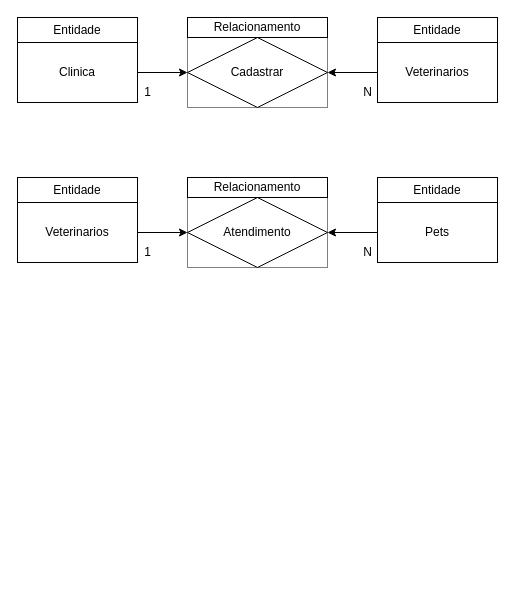
Above: Exercicios/01 - Modelo de Entidade Relacional/1.3-exercicio-pclinics/03.drawio in RafaelGomes01/Desenvolvimento-Banco-de-Dados (draw.io), before the change. Source tidied: cells renumbered, new cells numbered last; positions are measured from the earlier drawing's top-left corner, leaving out a move shared by most shapes. Both pictures are drawn from the tidied source at 100%, with x=0, y=0 at pixel (17, 17).
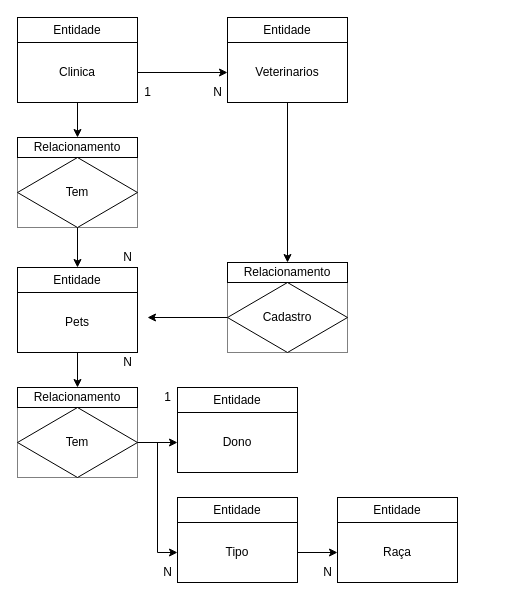
The same diagram, later.

The change refers to these unchanged cells:
```xml
<mxCell id="4" value="Clinica" style="whiteSpace=wrap;html=1;" parent="1" vertex="1">
  <mxGeometry y="25" width="120" height="60" as="geometry" />
</mxCell>
```

Diff of the diagram source:
```diff
@@
-    <mxCell id="2" style="whiteSpace=wrap;html=1;dashed=1;dashPattern=1 1;" parent="1" vertex="1">
-      <mxGeometry x="170" y="20" width="140" height="70" as="geometry" />
-    </mxCell>
-    <mxCell id="3" style="edgeStyle=orthogonalEdgeStyle;rounded=0;jettySize=auto;html=1;" parent="1" edge="1" source="4" target="7">
-      <mxGeometry relative="1" as="geometry" />
-    </mxCell>
+    <mxCell id="24" style="edgeStyle=orthogonalEdgeStyle;rounded=0;jettySize=auto;html=1;" parent="1" edge="1" source="4" target="30">
+      <mxGeometry relative="1" as="geometry" />
+    </mxCell>
+    <mxCell id="25" style="edgeStyle=orthogonalEdgeStyle;rounded=0;jettySize=auto;html=1;" parent="1" edge="1" source="4" target="6">
+      <mxGeometry relative="1" as="geometry" />
+    </mxCell>
@@
-    <mxCell id="5" style="edgeStyle=orthogonalEdgeStyle;rounded=0;jettySize=auto;html=1;" parent="1" edge="1" source="6" target="7">
-      <mxGeometry relative="1" as="geometry" />
-    </mxCell>
+    <mxCell id="26" style="edgeStyle=orthogonalEdgeStyle;rounded=0;jettySize=auto;html=1;entryX=0.5;entryY=0;entryDx=0;entryDy=0;" parent="1" edge="1" source="6" target="36">
+      <mxGeometry relative="1" as="geometry" />
+    </mxCell>
     <mxCell id="6" value="Veterinarios" style="whiteSpace=wrap;html=1;" parent="1" vertex="1">
-      <mxGeometry x="360" y="25" width="120" height="60" as="geometry" />
+      <mxGeometry x="210" y="25" width="120" height="60" as="geometry" />
     </mxCell>
-    <mxCell id="7" value="Cadastrar" style="rhombus;whiteSpace=wrap;html=1;" parent="1" vertex="1">
-      <mxGeometry x="170" y="20" width="140" height="70" as="geometry" />
-    </mxCell>
@@
     <mxCell id="9" value="N" style="text;html=1;align=center;verticalAlign=middle;" parent="1" vertex="1">
-      <mxGeometry x="340" y="65" width="20" height="20" as="geometry" />
+      <mxGeometry x="190" y="65" width="20" height="20" as="geometry" />
     </mxCell>
@@
     <mxCell id="11" value="Entidade" style="whiteSpace=wrap;html=1;" parent="1" vertex="1">
-      <mxGeometry x="360" width="120" height="25" as="geometry" />
+      <mxGeometry x="210" width="120" height="25" as="geometry" />
     </mxCell>
-    <mxCell id="12" value="Relacionamento" style="whiteSpace=wrap;html=1;" parent="1" vertex="1">
-      <mxGeometry x="170" width="140" height="20" as="geometry" />
-    </mxCell>
-    <mxCell id="13" style="whiteSpace=wrap;html=1;dashed=1;dashPattern=1 1;" parent="1" vertex="1">
-      <mxGeometry x="170" y="180" width="140" height="70" as="geometry" />
-    </mxCell>
-    <mxCell id="14" style="edgeStyle=orthogonalEdgeStyle;rounded=0;jettySize=auto;html=1;" parent="1" edge="1" source="15" target="18">
-      <mxGeometry relative="1" as="geometry" />
-    </mxCell>
-    <mxCell id="15" value="Veterinarios" style="whiteSpace=wrap;html=1;" parent="1" vertex="1">
-      <mxGeometry y="185" width="120" height="60" as="geometry" />
-    </mxCell>
-    <mxCell id="16" style="edgeStyle=orthogonalEdgeStyle;rounded=0;jettySize=auto;html=1;" parent="1" edge="1" source="17" target="18">
-      <mxGeometry relative="1" as="geometry" />
-    </mxCell>
+    <mxCell id="27" style="whiteSpace=wrap;html=1;dashed=1;dashPattern=1 1;" parent="1" vertex="1">
+      <mxGeometry y="140" width="120" height="70" as="geometry" />
+    </mxCell>
+    <mxCell id="28" style="edgeStyle=orthogonalEdgeStyle;rounded=0;jettySize=auto;html=1;" parent="1" edge="1" source="29" target="32">
+      <mxGeometry relative="1" as="geometry" />
+    </mxCell>
+    <mxCell id="29" value="Tem" style="rhombus;whiteSpace=wrap;html=1;" parent="1" vertex="1">
+      <mxGeometry y="140" width="120" height="70" as="geometry" />
+    </mxCell>
+    <mxCell id="30" value="Relacionamento" style="whiteSpace=wrap;html=1;" parent="1" vertex="1">
+      <mxGeometry y="120" width="120" height="20" as="geometry" />
+    </mxCell>
+    <mxCell id="31" style="edgeStyle=orthogonalEdgeStyle;rounded=0;jettySize=auto;html=1;" parent="1" edge="1" source="17" target="41">
+      <mxGeometry relative="1" as="geometry" />
+    </mxCell>
     <mxCell id="17" value="Pets" style="whiteSpace=wrap;html=1;" parent="1" vertex="1">
-      <mxGeometry x="360" y="185" width="120" height="60" as="geometry" />
+      <mxGeometry y="275" width="120" height="60" as="geometry" />
     </mxCell>
-    <mxCell id="18" value="Atendimento" style="rhombus;whiteSpace=wrap;html=1;" parent="1" vertex="1">
-      <mxGeometry x="170" y="180" width="140" height="70" as="geometry" />
-    </mxCell>
+    <mxCell id="32" value="Entidade" style="whiteSpace=wrap;html=1;" parent="1" vertex="1">
+      <mxGeometry y="250" width="120" height="25" as="geometry" />
+    </mxCell>
+    <mxCell id="33" style="whiteSpace=wrap;html=1;dashed=1;dashPattern=1 1;" parent="1" vertex="1">
+      <mxGeometry x="210" y="265" width="120" height="70" as="geometry" />
+    </mxCell>
+    <mxCell id="34" style="edgeStyle=orthogonalEdgeStyle;rounded=0;jettySize=auto;html=1;" parent="1" edge="1" source="35">
+      <mxGeometry relative="1" as="geometry">
+        <mxPoint x="130" y="300" as="targetPoint" />
+      </mxGeometry>
+    </mxCell>
+    <mxCell id="35" value="Cadastro" style="rhombus;whiteSpace=wrap;html=1;" parent="1" vertex="1">
+      <mxGeometry x="210" y="265" width="120" height="70" as="geometry" />
+    </mxCell>
+    <mxCell id="36" value="Relacionamento" style="whiteSpace=wrap;html=1;" parent="1" vertex="1">
+      <mxGeometry x="210" y="245" width="120" height="20" as="geometry" />
+    </mxCell>
+    <mxCell id="37" style="whiteSpace=wrap;html=1;dashed=1;dashPattern=1 1;" parent="1" vertex="1">
+      <mxGeometry y="390" width="120" height="70" as="geometry" />
+    </mxCell>
+    <mxCell id="38" style="edgeStyle=orthogonalEdgeStyle;rounded=0;jettySize=auto;html=1;entryX=0;entryY=0.5;entryDx=0;entryDy=0;" parent="1" edge="1" source="40" target="42">
+      <mxGeometry relative="1" as="geometry" />
+    </mxCell>
+    <mxCell id="39" style="edgeStyle=orthogonalEdgeStyle;rounded=0;jettySize=auto;html=1;entryX=0;entryY=0.5;entryDx=0;entryDy=0;" parent="1" edge="1" source="40" target="46">
+      <mxGeometry relative="1" as="geometry" />
+    </mxCell>
+    <mxCell id="40" value="Tem" style="rhombus;whiteSpace=wrap;html=1;" parent="1" vertex="1">
+      <mxGeometry y="390" width="120" height="70" as="geometry" />
+    </mxCell>
+    <mxCell id="41" value="Relacionamento" style="whiteSpace=wrap;html=1;" parent="1" vertex="1">
+      <mxGeometry y="370" width="120" height="20" as="geometry" />
+    </mxCell>
+    <mxCell id="42" value="Dono" style="whiteSpace=wrap;html=1;" parent="1" vertex="1">
+      <mxGeometry x="160" y="395" width="120" height="60" as="geometry" />
+    </mxCell>
+    <mxCell id="43" value="N" style="text;html=1;align=center;verticalAlign=middle;" parent="1" vertex="1">
+      <mxGeometry x="100" y="335" width="20" height="20" as="geometry" />
+    </mxCell>
+    <mxCell id="44" value="Entidade" style="whiteSpace=wrap;html=1;" parent="1" vertex="1">
+      <mxGeometry x="160" y="370" width="120" height="25" as="geometry" />
+    </mxCell>
+    <mxCell id="45" style="edgeStyle=orthogonalEdgeStyle;rounded=0;jettySize=auto;html=1;entryX=0;entryY=0.5;entryDx=0;entryDy=0;" parent="1" edge="1" source="46" target="49">
+      <mxGeometry relative="1" as="geometry" />
+    </mxCell>
+    <mxCell id="46" value="Tipo" style="whiteSpace=wrap;html=1;" parent="1" vertex="1">
+      <mxGeometry x="160" y="505" width="120" height="60" as="geometry" />
+    </mxCell>
+    <mxCell id="47" value="N" style="text;html=1;align=center;verticalAlign=middle;" parent="1" vertex="1">
+      <mxGeometry x="140" y="545" width="20" height="20" as="geometry" />
+    </mxCell>
+    <mxCell id="48" value="Entidade" style="whiteSpace=wrap;html=1;" parent="1" vertex="1">
+      <mxGeometry x="160" y="480" width="120" height="25" as="geometry" />
+    </mxCell>
+    <mxCell id="49" value="Raça" style="whiteSpace=wrap;html=1;" parent="1" vertex="1">
+      <mxGeometry x="320" y="505" width="120" height="60" as="geometry" />
+    </mxCell>
+    <mxCell id="50" value="N" style="text;html=1;align=center;verticalAlign=middle;" parent="1" vertex="1">
+      <mxGeometry x="300" y="545" width="20" height="20" as="geometry" />
+    </mxCell>
+    <mxCell id="51" value="Entidade" style="whiteSpace=wrap;html=1;" parent="1" vertex="1">
+      <mxGeometry x="320" y="480" width="120" height="25" as="geometry" />
+    </mxCell>
+    <mxCell id="52" value="N" style="text;html=1;align=center;verticalAlign=middle;" parent="1" vertex="1">
+      <mxGeometry x="100" y="230" width="20" height="20" as="geometry" />
+    </mxCell>
     <mxCell id="19" value="1" style="text;html=1;align=center;verticalAlign=middle;" parent="1" vertex="1">
-      <mxGeometry x="120" y="225" width="20" height="20" as="geometry" />
+      <mxGeometry x="140" y="370" width="20" height="20" as="geometry" />
     </mxCell>
-    <mxCell id="20" value="N" style="text;html=1;align=center;verticalAlign=middle;" parent="1" vertex="1">
-      <mxGeometry x="340" y="225" width="20" height="20" as="geometry" />
-    </mxCell>
-    <mxCell id="21" value="Entidade" style="whiteSpace=wrap;html=1;" parent="1" vertex="1">
-      <mxGeometry y="160" width="120" height="25" as="geometry" />
-    </mxCell>
-    <mxCell id="22" value="Entidade" style="whiteSpace=wrap;html=1;" parent="1" vertex="1">
-      <mxGeometry x="360" y="160" width="120" height="25" as="geometry" />
-    </mxCell>
-    <mxCell id="23" value="Relacionamento" style="whiteSpace=wrap;html=1;" parent="1" vertex="1">
-      <mxGeometry x="170" y="160" width="140" height="20" as="geometry" />
-    </mxCell>
```
